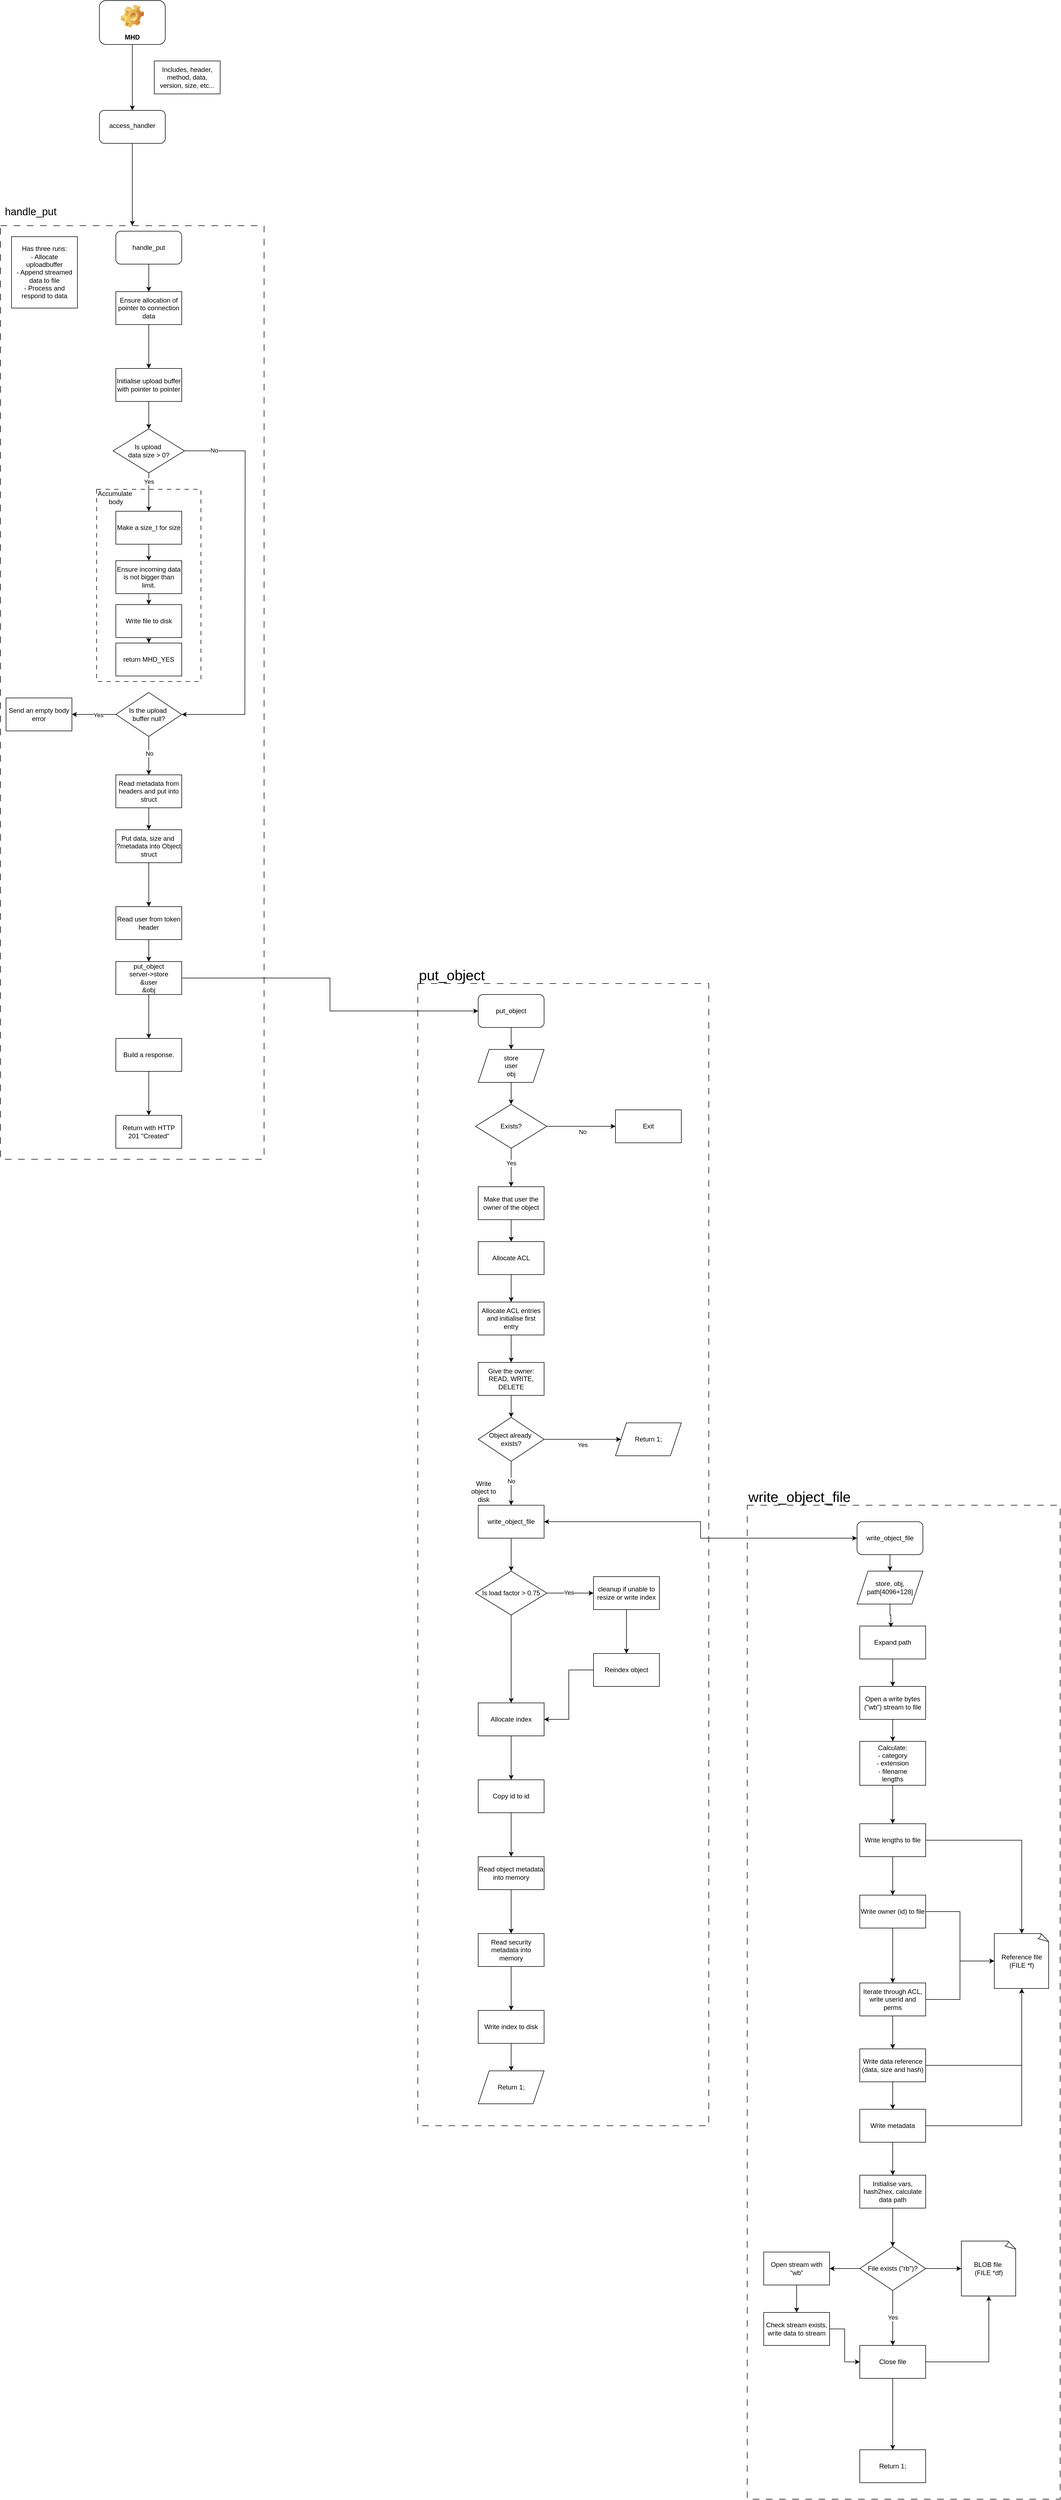
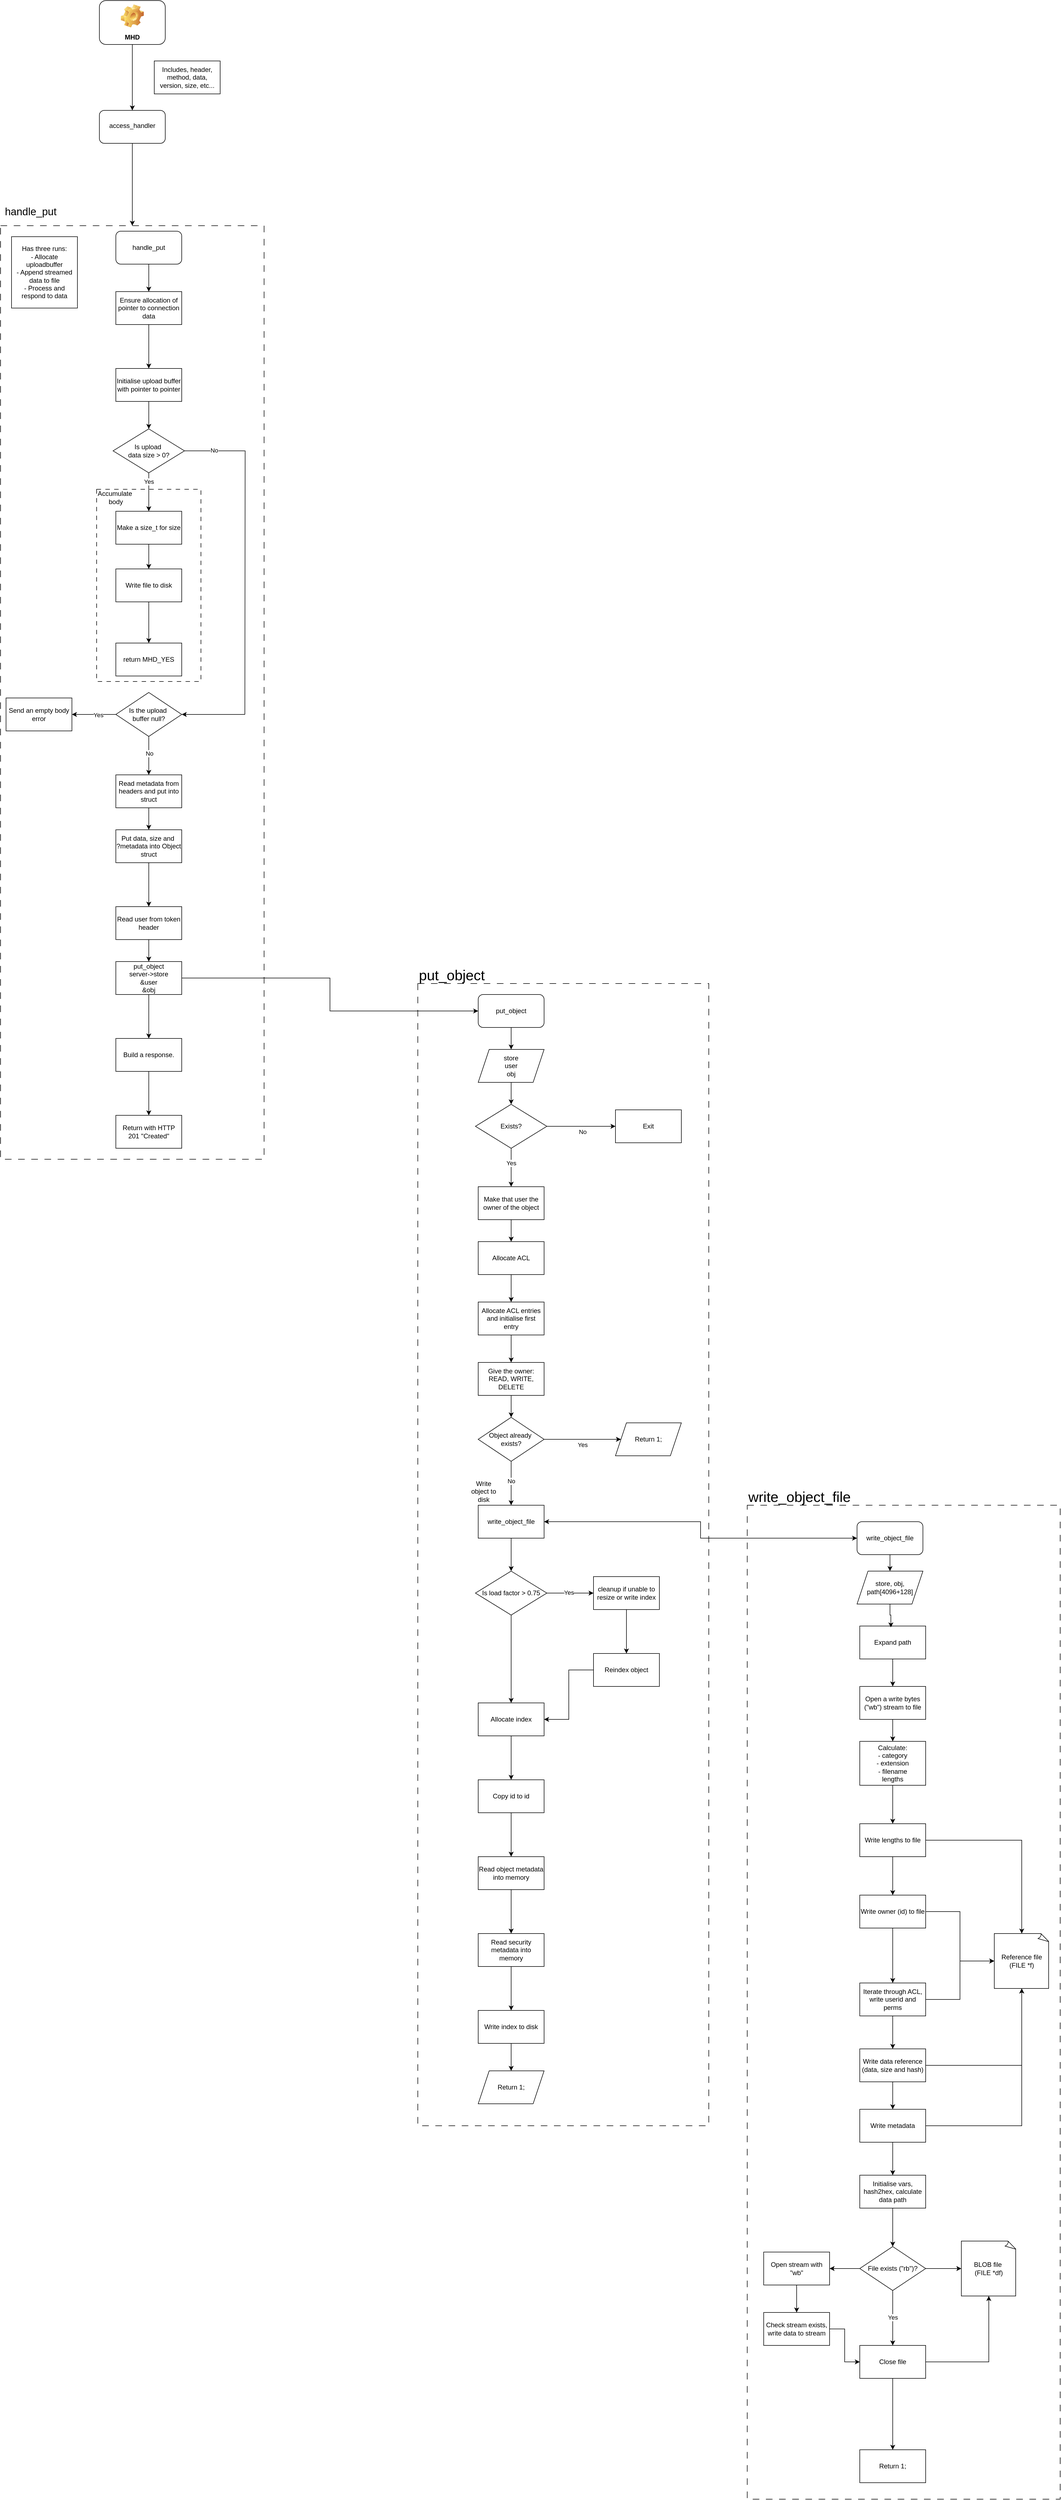
- <mxfile host="app.diagrams.net">
+ <mxfile host="Electron">
  <diagram name="Page-1" id="B9qCNvdTJSgl2WL-M3CE">
-     <mxGraphModel dx="1735" dy="2116" grid="1" gridSize="10" guides="1" tooltips="1" connect="1" arrows="1" fold="1" page="0" pageScale="1" pageWidth="827" pageHeight="1169" math="0" shadow="0">
+     <mxGraphModel dx="2030" dy="2336" grid="1" gridSize="10" guides="1" tooltips="1" connect="1" arrows="1" fold="1" page="0" pageScale="1" pageWidth="827" pageHeight="1169" math="0" shadow="0">
      <root>
        <mxCell id="0" />
        <mxCell id="1" parent="0" />
        <mxCell id="P8cqbxMwNSCLWZZRxEHg-141" parent="1" style="rounded=0;whiteSpace=wrap;html=1;fillColor=none;dashed=1;dashPattern=12 12;" value="" vertex="1">
          <mxGeometry height="1700" width="480" x="-470" y="-1140" as="geometry" />
        </mxCell>
        <mxCell id="P8cqbxMwNSCLWZZRxEHg-112" parent="1" style="rounded=0;whiteSpace=wrap;html=1;fontColor=none;noLabel=1;fillColor=none;dashed=1;dashPattern=8 8;" value="" vertex="1">
          <mxGeometry height="350" width="190" x="-295" y="-660" as="geometry" />
        </mxCell>
        <mxCell id="P8cqbxMwNSCLWZZRxEHg-132" connectable="0" parent="1" style="group" value="" vertex="1">
          <mxGeometry height="2110" width="530" x="290" y="210" as="geometry" />
        </mxCell>
        <mxCell id="P8cqbxMwNSCLWZZRxEHg-9" parent="P8cqbxMwNSCLWZZRxEHg-132" style="rounded=0;whiteSpace=wrap;html=1;dashed=1;dashPattern=12 12;fillColor=none;" value="" vertex="1">
          <mxGeometry height="2080" width="530" y="30" as="geometry" />
        </mxCell>
        <mxCell id="79Tx8_o7R_wWuq_YvGfF-12" edge="1" parent="P8cqbxMwNSCLWZZRxEHg-132" source="79Tx8_o7R_wWuq_YvGfF-7" style="edgeStyle=orthogonalEdgeStyle;rounded=0;orthogonalLoop=1;jettySize=auto;html=1;entryX=0.5;entryY=0;entryDx=0;entryDy=0;" target="79Tx8_o7R_wWuq_YvGfF-11">
          <mxGeometry relative="1" as="geometry" />
        </mxCell>
        <mxCell id="79Tx8_o7R_wWuq_YvGfF-7" parent="P8cqbxMwNSCLWZZRxEHg-132" style="shape=parallelogram;perimeter=parallelogramPerimeter;whiteSpace=wrap;html=1;fixedSize=1;" value="&lt;div&gt;store&lt;/div&gt;&lt;div&gt;user&lt;/div&gt;&lt;div&gt;obj&lt;/div&gt;" vertex="1">
          <mxGeometry height="60" width="120" x="110" y="150" as="geometry" />
        </mxCell>
        <mxCell id="79Tx8_o7R_wWuq_YvGfF-14" edge="1" parent="P8cqbxMwNSCLWZZRxEHg-132" source="79Tx8_o7R_wWuq_YvGfF-11" style="edgeStyle=orthogonalEdgeStyle;rounded=0;orthogonalLoop=1;jettySize=auto;html=1;" target="79Tx8_o7R_wWuq_YvGfF-13">
          <mxGeometry relative="1" as="geometry" />
        </mxCell>
        <mxCell id="79Tx8_o7R_wWuq_YvGfF-15" connectable="0" parent="79Tx8_o7R_wWuq_YvGfF-14" style="edgeLabel;html=1;align=center;verticalAlign=middle;resizable=0;points=[];" value="&lt;div&gt;No&lt;/div&gt;" vertex="1">
          <mxGeometry relative="1" x="0.2469" y="-3" as="geometry">
            <mxPoint x="-13" y="7" as="offset" />
          </mxGeometry>
        </mxCell>
        <mxCell id="79Tx8_o7R_wWuq_YvGfF-17" edge="1" parent="P8cqbxMwNSCLWZZRxEHg-132" source="79Tx8_o7R_wWuq_YvGfF-11" style="edgeStyle=orthogonalEdgeStyle;rounded=0;orthogonalLoop=1;jettySize=auto;html=1;entryX=0.5;entryY=0;entryDx=0;entryDy=0;" target="79Tx8_o7R_wWuq_YvGfF-16">
          <mxGeometry relative="1" as="geometry" />
        </mxCell>
        <mxCell id="79Tx8_o7R_wWuq_YvGfF-18" connectable="0" parent="79Tx8_o7R_wWuq_YvGfF-17" style="edgeLabel;html=1;align=center;verticalAlign=middle;resizable=0;points=[];" value="&lt;div&gt;Yes&lt;/div&gt;" vertex="1">
          <mxGeometry relative="1" x="-0.2227" as="geometry">
            <mxPoint as="offset" />
          </mxGeometry>
        </mxCell>
        <mxCell id="79Tx8_o7R_wWuq_YvGfF-11" parent="P8cqbxMwNSCLWZZRxEHg-132" style="rhombus;whiteSpace=wrap;html=1;" value="Exists?" vertex="1">
          <mxGeometry height="80" width="130" x="105" y="250" as="geometry" />
        </mxCell>
        <mxCell id="79Tx8_o7R_wWuq_YvGfF-13" parent="P8cqbxMwNSCLWZZRxEHg-132" style="rounded=0;whiteSpace=wrap;html=1;" value="Exit" vertex="1">
          <mxGeometry height="60" width="120" x="360" y="260" as="geometry" />
        </mxCell>
        <mxCell id="79Tx8_o7R_wWuq_YvGfF-21" edge="1" parent="P8cqbxMwNSCLWZZRxEHg-132" source="79Tx8_o7R_wWuq_YvGfF-16" style="edgeStyle=orthogonalEdgeStyle;rounded=0;orthogonalLoop=1;jettySize=auto;html=1;entryX=0.5;entryY=0;entryDx=0;entryDy=0;" target="79Tx8_o7R_wWuq_YvGfF-19">
          <mxGeometry relative="1" as="geometry" />
        </mxCell>
        <mxCell id="79Tx8_o7R_wWuq_YvGfF-16" parent="P8cqbxMwNSCLWZZRxEHg-132" style="rounded=0;whiteSpace=wrap;html=1;" value="Make that user the owner of the object" vertex="1">
          <mxGeometry height="60" width="120" x="110" y="400" as="geometry" />
        </mxCell>
        <mxCell id="79Tx8_o7R_wWuq_YvGfF-22" edge="1" parent="P8cqbxMwNSCLWZZRxEHg-132" source="79Tx8_o7R_wWuq_YvGfF-19" style="edgeStyle=orthogonalEdgeStyle;rounded=0;orthogonalLoop=1;jettySize=auto;html=1;" target="79Tx8_o7R_wWuq_YvGfF-23">
          <mxGeometry relative="1" as="geometry" />
        </mxCell>
        <mxCell id="79Tx8_o7R_wWuq_YvGfF-19" parent="P8cqbxMwNSCLWZZRxEHg-132" style="rounded=0;whiteSpace=wrap;html=1;" value="Allocate ACL" vertex="1">
          <mxGeometry height="60" width="120" x="110" y="500" as="geometry" />
        </mxCell>
        <mxCell id="79Tx8_o7R_wWuq_YvGfF-24" edge="1" parent="P8cqbxMwNSCLWZZRxEHg-132" source="79Tx8_o7R_wWuq_YvGfF-23" style="edgeStyle=orthogonalEdgeStyle;rounded=0;orthogonalLoop=1;jettySize=auto;html=1;" target="79Tx8_o7R_wWuq_YvGfF-25">
          <mxGeometry relative="1" as="geometry" />
        </mxCell>
        <mxCell id="79Tx8_o7R_wWuq_YvGfF-23" parent="P8cqbxMwNSCLWZZRxEHg-132" style="whiteSpace=wrap;html=1;" value="Allocate ACL entries and initialise first entry" vertex="1">
          <mxGeometry height="60" width="120" x="110" y="610" as="geometry" />
        </mxCell>
        <mxCell id="P8cqbxMwNSCLWZZRxEHg-2" edge="1" parent="P8cqbxMwNSCLWZZRxEHg-132" source="79Tx8_o7R_wWuq_YvGfF-25" style="edgeStyle=orthogonalEdgeStyle;rounded=0;orthogonalLoop=1;jettySize=auto;html=1;entryX=0.5;entryY=0;entryDx=0;entryDy=0;" target="P8cqbxMwNSCLWZZRxEHg-1">
          <mxGeometry relative="1" as="geometry" />
        </mxCell>
        <mxCell id="79Tx8_o7R_wWuq_YvGfF-25" parent="P8cqbxMwNSCLWZZRxEHg-132" style="whiteSpace=wrap;html=1;" value="Give the owner:&lt;br&gt;READ, WRITE, DELETE" vertex="1">
          <mxGeometry height="60" width="120" x="110" y="720" as="geometry" />
        </mxCell>
        <mxCell id="P8cqbxMwNSCLWZZRxEHg-3" edge="1" parent="P8cqbxMwNSCLWZZRxEHg-132" source="P8cqbxMwNSCLWZZRxEHg-1" style="edgeStyle=orthogonalEdgeStyle;rounded=0;orthogonalLoop=1;jettySize=auto;html=1;" target="P8cqbxMwNSCLWZZRxEHg-4">
          <mxGeometry relative="1" as="geometry">
            <mxPoint x="360" y="860" as="targetPoint" />
          </mxGeometry>
        </mxCell>
        <mxCell id="P8cqbxMwNSCLWZZRxEHg-5" connectable="0" parent="P8cqbxMwNSCLWZZRxEHg-3" style="edgeLabel;html=1;align=center;verticalAlign=middle;resizable=0;points=[];" value="Yes" vertex="1">
          <mxGeometry relative="1" x="0.0862" y="1" as="geometry">
            <mxPoint x="-6" y="11" as="offset" />
          </mxGeometry>
        </mxCell>
        <mxCell id="P8cqbxMwNSCLWZZRxEHg-6" edge="1" parent="P8cqbxMwNSCLWZZRxEHg-132" source="P8cqbxMwNSCLWZZRxEHg-1" style="edgeStyle=orthogonalEdgeStyle;rounded=0;orthogonalLoop=1;jettySize=auto;html=1;" target="P8cqbxMwNSCLWZZRxEHg-8">
          <mxGeometry relative="1" as="geometry" />
        </mxCell>
        <mxCell id="P8cqbxMwNSCLWZZRxEHg-7" connectable="0" parent="P8cqbxMwNSCLWZZRxEHg-6" style="edgeLabel;html=1;align=center;verticalAlign=middle;resizable=0;points=[];" value="No" vertex="1">
          <mxGeometry relative="1" x="-0.015" y="-1" as="geometry">
            <mxPoint x="1" y="-4" as="offset" />
          </mxGeometry>
        </mxCell>
        <mxCell id="P8cqbxMwNSCLWZZRxEHg-1" parent="P8cqbxMwNSCLWZZRxEHg-132" style="rhombus;whiteSpace=wrap;html=1;" value="&lt;div&gt;Object already&amp;nbsp;&lt;/div&gt;&lt;div&gt;exists?&lt;/div&gt;" vertex="1">
          <mxGeometry height="80" width="120" x="110" y="820" as="geometry" />
        </mxCell>
        <mxCell id="P8cqbxMwNSCLWZZRxEHg-4" parent="P8cqbxMwNSCLWZZRxEHg-132" style="shape=parallelogram;perimeter=parallelogramPerimeter;whiteSpace=wrap;html=1;fixedSize=1;" value="Return 1;" vertex="1">
          <mxGeometry height="60" width="120" x="360" y="830" as="geometry" />
        </mxCell>
        <mxCell id="P8cqbxMwNSCLWZZRxEHg-68" edge="1" parent="P8cqbxMwNSCLWZZRxEHg-132" source="P8cqbxMwNSCLWZZRxEHg-8" style="edgeStyle=orthogonalEdgeStyle;rounded=0;orthogonalLoop=1;jettySize=auto;html=1;" target="P8cqbxMwNSCLWZZRxEHg-67" value="">
          <mxGeometry relative="1" as="geometry" />
        </mxCell>
        <mxCell id="P8cqbxMwNSCLWZZRxEHg-8" parent="P8cqbxMwNSCLWZZRxEHg-132" style="whiteSpace=wrap;html=1;" value="write_object_file" vertex="1">
          <mxGeometry height="60" width="120" x="110" y="980" as="geometry" />
        </mxCell>
        <mxCell id="P8cqbxMwNSCLWZZRxEHg-10" parent="P8cqbxMwNSCLWZZRxEHg-132" style="text;html=1;whiteSpace=wrap;strokeColor=none;fillColor=none;align=left;verticalAlign=middle;rounded=0;fontSize=26;" value="put_object" vertex="1">
          <mxGeometry height="30" width="130" as="geometry" />
        </mxCell>
        <mxCell id="P8cqbxMwNSCLWZZRxEHg-62" parent="P8cqbxMwNSCLWZZRxEHg-132" style="text;html=1;whiteSpace=wrap;strokeColor=none;fillColor=none;align=center;verticalAlign=middle;rounded=0;" value="Write object to disk" vertex="1">
          <mxGeometry height="30" width="60" x="90" y="940" as="geometry" />
        </mxCell>
        <mxCell id="P8cqbxMwNSCLWZZRxEHg-70" edge="1" parent="P8cqbxMwNSCLWZZRxEHg-132" source="P8cqbxMwNSCLWZZRxEHg-67" style="edgeStyle=orthogonalEdgeStyle;rounded=0;orthogonalLoop=1;jettySize=auto;html=1;" target="P8cqbxMwNSCLWZZRxEHg-69" value="">
          <mxGeometry relative="1" as="geometry" />
        </mxCell>
        <mxCell id="P8cqbxMwNSCLWZZRxEHg-71" connectable="0" parent="P8cqbxMwNSCLWZZRxEHg-70" style="edgeLabel;html=1;align=center;verticalAlign=middle;resizable=0;points=[];" value="Yes" vertex="1">
          <mxGeometry relative="1" x="-0.0541" y="1" as="geometry">
            <mxPoint as="offset" />
          </mxGeometry>
        </mxCell>
        <mxCell id="P8cqbxMwNSCLWZZRxEHg-75" edge="1" parent="P8cqbxMwNSCLWZZRxEHg-132" source="P8cqbxMwNSCLWZZRxEHg-67" style="edgeStyle=orthogonalEdgeStyle;rounded=0;orthogonalLoop=1;jettySize=auto;html=1;" target="P8cqbxMwNSCLWZZRxEHg-74" value="">
          <mxGeometry relative="1" as="geometry" />
        </mxCell>
        <mxCell id="P8cqbxMwNSCLWZZRxEHg-67" parent="P8cqbxMwNSCLWZZRxEHg-132" style="rhombus;whiteSpace=wrap;html=1;" value="Is load factor &amp;gt; 0.75" vertex="1">
          <mxGeometry height="80" width="130" x="105" y="1100" as="geometry" />
        </mxCell>
        <mxCell id="P8cqbxMwNSCLWZZRxEHg-73" edge="1" parent="P8cqbxMwNSCLWZZRxEHg-132" source="P8cqbxMwNSCLWZZRxEHg-69" style="edgeStyle=orthogonalEdgeStyle;rounded=0;orthogonalLoop=1;jettySize=auto;html=1;" target="P8cqbxMwNSCLWZZRxEHg-72" value="">
          <mxGeometry relative="1" as="geometry" />
        </mxCell>
        <mxCell id="P8cqbxMwNSCLWZZRxEHg-69" parent="P8cqbxMwNSCLWZZRxEHg-132" style="whiteSpace=wrap;html=1;" value="cleanup if unable to resize or write index" vertex="1">
          <mxGeometry height="60" width="120" x="320" y="1110" as="geometry" />
        </mxCell>
        <mxCell id="P8cqbxMwNSCLWZZRxEHg-76" edge="1" parent="P8cqbxMwNSCLWZZRxEHg-132" source="P8cqbxMwNSCLWZZRxEHg-72" style="edgeStyle=orthogonalEdgeStyle;rounded=0;orthogonalLoop=1;jettySize=auto;html=1;entryX=1;entryY=0.5;entryDx=0;entryDy=0;" target="P8cqbxMwNSCLWZZRxEHg-74">
          <mxGeometry relative="1" as="geometry" />
        </mxCell>
        <mxCell id="P8cqbxMwNSCLWZZRxEHg-72" parent="P8cqbxMwNSCLWZZRxEHg-132" style="whiteSpace=wrap;html=1;" value="Reindex object" vertex="1">
          <mxGeometry height="60" width="120" x="320" y="1250" as="geometry" />
        </mxCell>
        <mxCell id="P8cqbxMwNSCLWZZRxEHg-78" edge="1" parent="P8cqbxMwNSCLWZZRxEHg-132" source="P8cqbxMwNSCLWZZRxEHg-74" style="edgeStyle=orthogonalEdgeStyle;rounded=0;orthogonalLoop=1;jettySize=auto;html=1;" target="P8cqbxMwNSCLWZZRxEHg-77" value="">
          <mxGeometry relative="1" as="geometry" />
        </mxCell>
        <mxCell id="P8cqbxMwNSCLWZZRxEHg-74" parent="P8cqbxMwNSCLWZZRxEHg-132" style="whiteSpace=wrap;html=1;" value="Allocate index" vertex="1">
          <mxGeometry height="60" width="120" x="110" y="1340" as="geometry" />
        </mxCell>
        <mxCell id="P8cqbxMwNSCLWZZRxEHg-80" edge="1" parent="P8cqbxMwNSCLWZZRxEHg-132" source="P8cqbxMwNSCLWZZRxEHg-77" style="edgeStyle=orthogonalEdgeStyle;rounded=0;orthogonalLoop=1;jettySize=auto;html=1;" target="P8cqbxMwNSCLWZZRxEHg-79" value="">
          <mxGeometry relative="1" as="geometry" />
        </mxCell>
        <mxCell id="P8cqbxMwNSCLWZZRxEHg-77" parent="P8cqbxMwNSCLWZZRxEHg-132" style="whiteSpace=wrap;html=1;" value="Copy id to id" vertex="1">
          <mxGeometry height="60" width="120" x="110" y="1480" as="geometry" />
        </mxCell>
        <mxCell id="P8cqbxMwNSCLWZZRxEHg-82" edge="1" parent="P8cqbxMwNSCLWZZRxEHg-132" source="P8cqbxMwNSCLWZZRxEHg-79" style="edgeStyle=orthogonalEdgeStyle;rounded=0;orthogonalLoop=1;jettySize=auto;html=1;" target="P8cqbxMwNSCLWZZRxEHg-81" value="">
          <mxGeometry relative="1" as="geometry" />
        </mxCell>
        <mxCell id="P8cqbxMwNSCLWZZRxEHg-79" parent="P8cqbxMwNSCLWZZRxEHg-132" style="whiteSpace=wrap;html=1;" value="Read object metadata into memory" vertex="1">
          <mxGeometry height="60" width="120" x="110" y="1620" as="geometry" />
        </mxCell>
        <mxCell id="P8cqbxMwNSCLWZZRxEHg-84" edge="1" parent="P8cqbxMwNSCLWZZRxEHg-132" source="P8cqbxMwNSCLWZZRxEHg-81" style="edgeStyle=orthogonalEdgeStyle;rounded=0;orthogonalLoop=1;jettySize=auto;html=1;" target="P8cqbxMwNSCLWZZRxEHg-83" value="">
          <mxGeometry relative="1" as="geometry" />
        </mxCell>
        <mxCell id="P8cqbxMwNSCLWZZRxEHg-81" parent="P8cqbxMwNSCLWZZRxEHg-132" style="whiteSpace=wrap;html=1;" value="Read security metadata into memory" vertex="1">
          <mxGeometry height="60" width="120" x="110" y="1760" as="geometry" />
        </mxCell>
        <mxCell id="P8cqbxMwNSCLWZZRxEHg-86" edge="1" parent="P8cqbxMwNSCLWZZRxEHg-132" source="P8cqbxMwNSCLWZZRxEHg-83" style="edgeStyle=orthogonalEdgeStyle;rounded=0;orthogonalLoop=1;jettySize=auto;html=1;" target="P8cqbxMwNSCLWZZRxEHg-85">
          <mxGeometry relative="1" as="geometry" />
        </mxCell>
        <mxCell id="P8cqbxMwNSCLWZZRxEHg-83" parent="P8cqbxMwNSCLWZZRxEHg-132" style="whiteSpace=wrap;html=1;" value="Write index to disk" vertex="1">
          <mxGeometry height="60" width="120" x="110" y="1900" as="geometry" />
        </mxCell>
        <mxCell id="P8cqbxMwNSCLWZZRxEHg-85" parent="P8cqbxMwNSCLWZZRxEHg-132" style="shape=parallelogram;perimeter=parallelogramPerimeter;whiteSpace=wrap;html=1;fixedSize=1;" value="Return 1;" vertex="1">
          <mxGeometry height="60" width="120" x="110" y="2010" as="geometry" />
        </mxCell>
        <mxCell id="P8cqbxMwNSCLWZZRxEHg-88" edge="1" parent="P8cqbxMwNSCLWZZRxEHg-132" source="P8cqbxMwNSCLWZZRxEHg-87" style="edgeStyle=orthogonalEdgeStyle;rounded=0;orthogonalLoop=1;jettySize=auto;html=1;entryX=0.5;entryY=0;entryDx=0;entryDy=0;" target="79Tx8_o7R_wWuq_YvGfF-7">
          <mxGeometry relative="1" as="geometry" />
        </mxCell>
        <mxCell id="P8cqbxMwNSCLWZZRxEHg-87" parent="P8cqbxMwNSCLWZZRxEHg-132" style="rounded=1;whiteSpace=wrap;html=1;" value="put_object" vertex="1">
          <mxGeometry height="60" width="120" x="110" y="50" as="geometry" />
        </mxCell>
        <mxCell id="P8cqbxMwNSCLWZZRxEHg-14" edge="1" parent="1" source="P8cqbxMwNSCLWZZRxEHg-8" style="edgeStyle=orthogonalEdgeStyle;rounded=0;orthogonalLoop=1;jettySize=auto;html=1;startArrow=classic;startFill=1;" target="P8cqbxMwNSCLWZZRxEHg-13">
          <mxGeometry relative="1" as="geometry" />
        </mxCell>
        <mxCell id="P8cqbxMwNSCLWZZRxEHg-133" connectable="0" parent="1" style="group" value="" vertex="1">
          <mxGeometry height="1840" width="570" x="890" y="1160" as="geometry" />
        </mxCell>
        <mxCell id="P8cqbxMwNSCLWZZRxEHg-61" parent="P8cqbxMwNSCLWZZRxEHg-133" style="rounded=0;whiteSpace=wrap;html=1;dashed=1;dashPattern=12 12;fillColor=none;" value="" vertex="1">
          <mxGeometry height="1810" width="570" y="30" as="geometry" />
        </mxCell>
        <mxCell id="P8cqbxMwNSCLWZZRxEHg-18" edge="1" parent="P8cqbxMwNSCLWZZRxEHg-133" source="P8cqbxMwNSCLWZZRxEHg-13" style="edgeStyle=orthogonalEdgeStyle;rounded=0;orthogonalLoop=1;jettySize=auto;html=1;" target="P8cqbxMwNSCLWZZRxEHg-16">
          <mxGeometry relative="1" as="geometry" />
        </mxCell>
        <mxCell id="P8cqbxMwNSCLWZZRxEHg-13" parent="P8cqbxMwNSCLWZZRxEHg-133" style="rounded=1;whiteSpace=wrap;html=1;" value="write_object_file" vertex="1">
          <mxGeometry height="60" width="120" x="200" y="60" as="geometry" />
        </mxCell>
        <mxCell id="P8cqbxMwNSCLWZZRxEHg-15" parent="P8cqbxMwNSCLWZZRxEHg-133" style="text;html=1;whiteSpace=wrap;strokeColor=none;fillColor=none;align=left;verticalAlign=middle;rounded=0;fontSize=26;" value="write_object_file" vertex="1">
          <mxGeometry height="30" width="200" as="geometry" />
        </mxCell>
        <mxCell id="P8cqbxMwNSCLWZZRxEHg-16" parent="P8cqbxMwNSCLWZZRxEHg-133" style="shape=parallelogram;perimeter=parallelogramPerimeter;whiteSpace=wrap;html=1;fixedSize=1;" value="store, obj, path[4096+128]" vertex="1">
          <mxGeometry height="60" width="120" x="200" y="150" as="geometry" />
        </mxCell>
        <mxCell id="P8cqbxMwNSCLWZZRxEHg-22" edge="1" parent="P8cqbxMwNSCLWZZRxEHg-133" source="P8cqbxMwNSCLWZZRxEHg-19" style="edgeStyle=orthogonalEdgeStyle;rounded=0;orthogonalLoop=1;jettySize=auto;html=1;" target="P8cqbxMwNSCLWZZRxEHg-23">
          <mxGeometry relative="1" as="geometry" />
        </mxCell>
        <mxCell id="P8cqbxMwNSCLWZZRxEHg-19" parent="P8cqbxMwNSCLWZZRxEHg-133" style="rounded=0;whiteSpace=wrap;html=1;" value="Expand path" vertex="1">
          <mxGeometry height="60" width="120" x="205" y="250" as="geometry" />
        </mxCell>
        <mxCell id="P8cqbxMwNSCLWZZRxEHg-20" edge="1" parent="P8cqbxMwNSCLWZZRxEHg-133" source="P8cqbxMwNSCLWZZRxEHg-16" style="edgeStyle=orthogonalEdgeStyle;rounded=0;orthogonalLoop=1;jettySize=auto;html=1;entryX=0.472;entryY=0.042;entryDx=0;entryDy=0;entryPerimeter=0;" target="P8cqbxMwNSCLWZZRxEHg-19">
          <mxGeometry relative="1" as="geometry" />
        </mxCell>
        <mxCell id="P8cqbxMwNSCLWZZRxEHg-24" edge="1" parent="P8cqbxMwNSCLWZZRxEHg-133" source="P8cqbxMwNSCLWZZRxEHg-23" style="edgeStyle=orthogonalEdgeStyle;rounded=0;orthogonalLoop=1;jettySize=auto;html=1;" target="P8cqbxMwNSCLWZZRxEHg-25">
          <mxGeometry relative="1" as="geometry" />
        </mxCell>
        <mxCell id="P8cqbxMwNSCLWZZRxEHg-23" parent="P8cqbxMwNSCLWZZRxEHg-133" style="whiteSpace=wrap;html=1;" value="Open a write bytes (&quot;wb&quot;) stream to file" vertex="1">
          <mxGeometry height="60" width="120" x="205" y="360" as="geometry" />
        </mxCell>
        <mxCell id="P8cqbxMwNSCLWZZRxEHg-26" edge="1" parent="P8cqbxMwNSCLWZZRxEHg-133" source="P8cqbxMwNSCLWZZRxEHg-25" style="edgeStyle=orthogonalEdgeStyle;rounded=0;orthogonalLoop=1;jettySize=auto;html=1;" target="P8cqbxMwNSCLWZZRxEHg-27">
          <mxGeometry relative="1" as="geometry" />
        </mxCell>
        <mxCell id="P8cqbxMwNSCLWZZRxEHg-25" parent="P8cqbxMwNSCLWZZRxEHg-133" style="whiteSpace=wrap;html=1;" value="Calculate:&lt;br&gt;- category&lt;br&gt;- extension&lt;br&gt;- filename&lt;br&gt;lengths" vertex="1">
          <mxGeometry height="80" width="120" x="205" y="460" as="geometry" />
        </mxCell>
        <mxCell id="P8cqbxMwNSCLWZZRxEHg-29" edge="1" parent="P8cqbxMwNSCLWZZRxEHg-133" source="P8cqbxMwNSCLWZZRxEHg-27" style="edgeStyle=orthogonalEdgeStyle;rounded=0;orthogonalLoop=1;jettySize=auto;html=1;" target="P8cqbxMwNSCLWZZRxEHg-28">
          <mxGeometry relative="1" as="geometry" />
        </mxCell>
        <mxCell id="P8cqbxMwNSCLWZZRxEHg-30" edge="1" parent="P8cqbxMwNSCLWZZRxEHg-133" source="P8cqbxMwNSCLWZZRxEHg-27" style="edgeStyle=orthogonalEdgeStyle;rounded=0;orthogonalLoop=1;jettySize=auto;html=1;" target="P8cqbxMwNSCLWZZRxEHg-31">
          <mxGeometry relative="1" as="geometry" />
        </mxCell>
        <mxCell id="P8cqbxMwNSCLWZZRxEHg-27" parent="P8cqbxMwNSCLWZZRxEHg-133" style="whiteSpace=wrap;html=1;" value="Write lengths to file" vertex="1">
          <mxGeometry height="60" width="120" x="205" y="610" as="geometry" />
        </mxCell>
        <mxCell id="P8cqbxMwNSCLWZZRxEHg-28" parent="P8cqbxMwNSCLWZZRxEHg-133" style="whiteSpace=wrap;html=1;shape=mxgraph.basic.document" value="Reference file (FILE *f)" vertex="1">
          <mxGeometry height="100" width="100" x="450" y="810" as="geometry" />
        </mxCell>
        <mxCell id="P8cqbxMwNSCLWZZRxEHg-34" edge="1" parent="P8cqbxMwNSCLWZZRxEHg-133" source="P8cqbxMwNSCLWZZRxEHg-31" style="edgeStyle=orthogonalEdgeStyle;rounded=0;orthogonalLoop=1;jettySize=auto;html=1;" target="P8cqbxMwNSCLWZZRxEHg-33">
          <mxGeometry relative="1" as="geometry" />
        </mxCell>
        <mxCell id="P8cqbxMwNSCLWZZRxEHg-31" parent="P8cqbxMwNSCLWZZRxEHg-133" style="whiteSpace=wrap;html=1;" value="Write owner (id) to file" vertex="1">
          <mxGeometry height="60" width="120" x="205" y="740" as="geometry" />
        </mxCell>
        <mxCell id="P8cqbxMwNSCLWZZRxEHg-32" edge="1" parent="P8cqbxMwNSCLWZZRxEHg-133" source="P8cqbxMwNSCLWZZRxEHg-31" style="edgeStyle=orthogonalEdgeStyle;rounded=0;orthogonalLoop=1;jettySize=auto;html=1;entryX=0;entryY=0.5;entryDx=0;entryDy=0;entryPerimeter=0;" target="P8cqbxMwNSCLWZZRxEHg-28">
          <mxGeometry relative="1" as="geometry" />
        </mxCell>
        <mxCell id="P8cqbxMwNSCLWZZRxEHg-36" edge="1" parent="P8cqbxMwNSCLWZZRxEHg-133" source="P8cqbxMwNSCLWZZRxEHg-33" style="edgeStyle=orthogonalEdgeStyle;rounded=0;orthogonalLoop=1;jettySize=auto;html=1;" target="P8cqbxMwNSCLWZZRxEHg-37">
          <mxGeometry relative="1" as="geometry" />
        </mxCell>
        <mxCell id="P8cqbxMwNSCLWZZRxEHg-33" parent="P8cqbxMwNSCLWZZRxEHg-133" style="rounded=0;whiteSpace=wrap;html=1;" value="Iterate through ACL, write userid and perms" vertex="1">
          <mxGeometry height="60" width="120" x="205" y="900" as="geometry" />
        </mxCell>
        <mxCell id="P8cqbxMwNSCLWZZRxEHg-35" edge="1" parent="P8cqbxMwNSCLWZZRxEHg-133" source="P8cqbxMwNSCLWZZRxEHg-33" style="edgeStyle=orthogonalEdgeStyle;rounded=0;orthogonalLoop=1;jettySize=auto;html=1;entryX=0;entryY=0.5;entryDx=0;entryDy=0;entryPerimeter=0;" target="P8cqbxMwNSCLWZZRxEHg-28">
          <mxGeometry relative="1" as="geometry" />
        </mxCell>
        <mxCell id="P8cqbxMwNSCLWZZRxEHg-38" edge="1" parent="P8cqbxMwNSCLWZZRxEHg-133" source="P8cqbxMwNSCLWZZRxEHg-37" style="edgeStyle=orthogonalEdgeStyle;rounded=0;orthogonalLoop=1;jettySize=auto;html=1;" target="P8cqbxMwNSCLWZZRxEHg-28">
          <mxGeometry relative="1" as="geometry" />
        </mxCell>
        <mxCell id="P8cqbxMwNSCLWZZRxEHg-39" edge="1" parent="P8cqbxMwNSCLWZZRxEHg-133" source="P8cqbxMwNSCLWZZRxEHg-37" style="edgeStyle=orthogonalEdgeStyle;rounded=0;orthogonalLoop=1;jettySize=auto;html=1;" target="P8cqbxMwNSCLWZZRxEHg-40">
          <mxGeometry relative="1" as="geometry" />
        </mxCell>
        <mxCell id="P8cqbxMwNSCLWZZRxEHg-37" parent="P8cqbxMwNSCLWZZRxEHg-133" style="whiteSpace=wrap;html=1;" value="Write data reference&lt;br&gt;(data, size and hash)" vertex="1">
          <mxGeometry height="60" width="120" x="205" y="1020" as="geometry" />
        </mxCell>
        <mxCell id="P8cqbxMwNSCLWZZRxEHg-44" edge="1" parent="P8cqbxMwNSCLWZZRxEHg-133" source="P8cqbxMwNSCLWZZRxEHg-40" style="edgeStyle=orthogonalEdgeStyle;rounded=0;orthogonalLoop=1;jettySize=auto;html=1;" target="P8cqbxMwNSCLWZZRxEHg-43">
          <mxGeometry relative="1" as="geometry" />
        </mxCell>
        <mxCell id="P8cqbxMwNSCLWZZRxEHg-40" parent="P8cqbxMwNSCLWZZRxEHg-133" style="whiteSpace=wrap;html=1;" value="Write metadata" vertex="1">
          <mxGeometry height="60" width="120" x="205" y="1130" as="geometry" />
        </mxCell>
        <mxCell id="P8cqbxMwNSCLWZZRxEHg-42" edge="1" parent="P8cqbxMwNSCLWZZRxEHg-133" source="P8cqbxMwNSCLWZZRxEHg-40" style="edgeStyle=orthogonalEdgeStyle;rounded=0;orthogonalLoop=1;jettySize=auto;html=1;entryX=0.5;entryY=1;entryDx=0;entryDy=0;entryPerimeter=0;" target="P8cqbxMwNSCLWZZRxEHg-28">
          <mxGeometry relative="1" as="geometry" />
        </mxCell>
        <mxCell id="P8cqbxMwNSCLWZZRxEHg-47" edge="1" parent="P8cqbxMwNSCLWZZRxEHg-133" source="P8cqbxMwNSCLWZZRxEHg-43" style="edgeStyle=orthogonalEdgeStyle;rounded=0;orthogonalLoop=1;jettySize=auto;html=1;entryX=0.5;entryY=0;entryDx=0;entryDy=0;" target="P8cqbxMwNSCLWZZRxEHg-45">
          <mxGeometry relative="1" as="geometry" />
        </mxCell>
        <mxCell id="P8cqbxMwNSCLWZZRxEHg-43" parent="P8cqbxMwNSCLWZZRxEHg-133" style="rounded=0;whiteSpace=wrap;html=1;" value="Initialise vars, hash2hex, calculate data path" vertex="1">
          <mxGeometry height="60" width="120" x="205" y="1250" as="geometry" />
        </mxCell>
        <mxCell id="P8cqbxMwNSCLWZZRxEHg-50" edge="1" parent="P8cqbxMwNSCLWZZRxEHg-133" source="P8cqbxMwNSCLWZZRxEHg-45" style="edgeStyle=orthogonalEdgeStyle;rounded=0;orthogonalLoop=1;jettySize=auto;html=1;">
          <mxGeometry relative="1" as="geometry">
            <mxPoint x="265" y="1560" as="targetPoint" />
          </mxGeometry>
        </mxCell>
        <mxCell id="P8cqbxMwNSCLWZZRxEHg-51" connectable="0" parent="P8cqbxMwNSCLWZZRxEHg-50" style="edgeLabel;html=1;align=center;verticalAlign=middle;resizable=0;points=[];" value="Yes" vertex="1">
          <mxGeometry relative="1" x="-0.0297" y="3" as="geometry">
            <mxPoint x="-3" as="offset" />
          </mxGeometry>
        </mxCell>
        <mxCell id="P8cqbxMwNSCLWZZRxEHg-56" edge="1" parent="P8cqbxMwNSCLWZZRxEHg-133" source="P8cqbxMwNSCLWZZRxEHg-45" style="edgeStyle=orthogonalEdgeStyle;rounded=0;orthogonalLoop=1;jettySize=auto;html=1;" target="P8cqbxMwNSCLWZZRxEHg-57">
          <mxGeometry relative="1" as="geometry" />
        </mxCell>
        <mxCell id="P8cqbxMwNSCLWZZRxEHg-45" parent="P8cqbxMwNSCLWZZRxEHg-133" style="rhombus;whiteSpace=wrap;html=1;" value="File exists (&quot;rb&quot;)?" vertex="1">
          <mxGeometry height="80" width="120" x="205" y="1380" as="geometry" />
        </mxCell>
        <mxCell id="P8cqbxMwNSCLWZZRxEHg-48" parent="P8cqbxMwNSCLWZZRxEHg-133" style="whiteSpace=wrap;html=1;shape=mxgraph.basic.document" value="&lt;div&gt;BLOB file&amp;nbsp;&lt;/div&gt;&lt;div&gt;(FILE *df)&lt;/div&gt;" vertex="1">
          <mxGeometry height="100" width="100" x="390" y="1370" as="geometry" />
        </mxCell>
        <mxCell id="P8cqbxMwNSCLWZZRxEHg-49" edge="1" parent="P8cqbxMwNSCLWZZRxEHg-133" source="P8cqbxMwNSCLWZZRxEHg-45" style="edgeStyle=orthogonalEdgeStyle;rounded=0;orthogonalLoop=1;jettySize=auto;html=1;entryX=0;entryY=0.5;entryDx=0;entryDy=0;entryPerimeter=0;" target="P8cqbxMwNSCLWZZRxEHg-48">
          <mxGeometry relative="1" as="geometry" />
        </mxCell>
        <mxCell id="P8cqbxMwNSCLWZZRxEHg-53" edge="1" parent="P8cqbxMwNSCLWZZRxEHg-133" source="P8cqbxMwNSCLWZZRxEHg-52" style="edgeStyle=orthogonalEdgeStyle;rounded=0;orthogonalLoop=1;jettySize=auto;html=1;" target="P8cqbxMwNSCLWZZRxEHg-48">
          <mxGeometry relative="1" as="geometry" />
        </mxCell>
        <mxCell id="P8cqbxMwNSCLWZZRxEHg-55" edge="1" parent="P8cqbxMwNSCLWZZRxEHg-133" source="P8cqbxMwNSCLWZZRxEHg-52" style="edgeStyle=orthogonalEdgeStyle;rounded=0;orthogonalLoop=1;jettySize=auto;html=1;" target="P8cqbxMwNSCLWZZRxEHg-54">
          <mxGeometry relative="1" as="geometry" />
        </mxCell>
        <mxCell id="P8cqbxMwNSCLWZZRxEHg-52" parent="P8cqbxMwNSCLWZZRxEHg-133" style="rounded=0;whiteSpace=wrap;html=1;" value="Close file" vertex="1">
          <mxGeometry height="60" width="120" x="205" y="1560" as="geometry" />
        </mxCell>
        <mxCell id="P8cqbxMwNSCLWZZRxEHg-54" parent="P8cqbxMwNSCLWZZRxEHg-133" style="rounded=0;whiteSpace=wrap;html=1;" value="Return 1;" vertex="1">
          <mxGeometry height="60" width="120" x="205" y="1750" as="geometry" />
        </mxCell>
        <mxCell id="P8cqbxMwNSCLWZZRxEHg-58" edge="1" parent="P8cqbxMwNSCLWZZRxEHg-133" source="P8cqbxMwNSCLWZZRxEHg-57" style="edgeStyle=orthogonalEdgeStyle;rounded=0;orthogonalLoop=1;jettySize=auto;html=1;" target="P8cqbxMwNSCLWZZRxEHg-59">
          <mxGeometry relative="1" as="geometry" />
        </mxCell>
        <mxCell id="P8cqbxMwNSCLWZZRxEHg-57" parent="P8cqbxMwNSCLWZZRxEHg-133" style="whiteSpace=wrap;html=1;" value="Open stream with &quot;wb&quot;" vertex="1">
          <mxGeometry height="60" width="120" x="30" y="1390" as="geometry" />
        </mxCell>
        <mxCell id="P8cqbxMwNSCLWZZRxEHg-60" edge="1" parent="P8cqbxMwNSCLWZZRxEHg-133" source="P8cqbxMwNSCLWZZRxEHg-59" style="edgeStyle=orthogonalEdgeStyle;rounded=0;orthogonalLoop=1;jettySize=auto;html=1;" target="P8cqbxMwNSCLWZZRxEHg-52">
          <mxGeometry relative="1" as="geometry" />
        </mxCell>
        <mxCell id="P8cqbxMwNSCLWZZRxEHg-59" parent="P8cqbxMwNSCLWZZRxEHg-133" style="whiteSpace=wrap;html=1;" value="Check stream exists, write data to stream" vertex="1">
          <mxGeometry height="60" width="120" x="30" y="1500" as="geometry" />
        </mxCell>
        <mxCell id="P8cqbxMwNSCLWZZRxEHg-136" edge="1" parent="1" source="P8cqbxMwNSCLWZZRxEHg-134" style="edgeStyle=orthogonalEdgeStyle;rounded=0;orthogonalLoop=1;jettySize=auto;html=1;" target="P8cqbxMwNSCLWZZRxEHg-87">
          <mxGeometry relative="1" as="geometry" />
        </mxCell>
        <mxCell id="P8cqbxMwNSCLWZZRxEHg-146" edge="1" parent="1" source="P8cqbxMwNSCLWZZRxEHg-144" style="edgeStyle=orthogonalEdgeStyle;rounded=0;orthogonalLoop=1;jettySize=auto;html=1;" target="P8cqbxMwNSCLWZZRxEHg-145" value="">
          <mxGeometry relative="1" as="geometry" />
        </mxCell>
        <mxCell id="P8cqbxMwNSCLWZZRxEHg-144" parent="1" style="label;whiteSpace=wrap;html=1;align=center;verticalAlign=bottom;spacingLeft=0;spacingBottom=4;imageAlign=center;imageVerticalAlign=top;image=img/clipart/Gear_128x128.png" value="MHD" vertex="1">
          <mxGeometry height="80" width="120" x="-290" y="-1550" as="geometry" />
        </mxCell>
        <mxCell id="P8cqbxMwNSCLWZZRxEHg-147" edge="1" parent="1" source="P8cqbxMwNSCLWZZRxEHg-145" style="edgeStyle=orthogonalEdgeStyle;rounded=0;orthogonalLoop=1;jettySize=auto;html=1;" target="P8cqbxMwNSCLWZZRxEHg-141">
          <mxGeometry relative="1" as="geometry" />
        </mxCell>
        <mxCell id="P8cqbxMwNSCLWZZRxEHg-145" parent="1" style="whiteSpace=wrap;html=1;verticalAlign=middle;fontStyle=0;spacing=2;spacingLeft=0;rounded=1;spacingBottom=4;" value="access_handler" vertex="1">
          <mxGeometry height="60" width="120" x="-290" y="-1350" as="geometry" />
        </mxCell>
        <mxCell id="P8cqbxMwNSCLWZZRxEHg-149" parent="1" style="rounded=0;whiteSpace=wrap;html=1;" value="Includes, header, method, data, version, size, etc..." vertex="1">
          <mxGeometry height="60" width="120" x="-190" y="-1440" as="geometry" />
        </mxCell>
        <mxCell id="P8cqbxMwNSCLWZZRxEHg-92" edge="1" parent="1" source="P8cqbxMwNSCLWZZRxEHg-89" style="edgeStyle=orthogonalEdgeStyle;rounded=0;orthogonalLoop=1;jettySize=auto;html=1;" target="P8cqbxMwNSCLWZZRxEHg-93">
          <mxGeometry relative="1" as="geometry">
            <mxPoint x="-200" y="-1000" as="targetPoint" />
          </mxGeometry>
        </mxCell>
        <mxCell id="P8cqbxMwNSCLWZZRxEHg-89" parent="1" style="rounded=1;whiteSpace=wrap;html=1;" value="handle_put" vertex="1">
          <mxGeometry height="60" width="120" x="-260" y="-1130" as="geometry" />
        </mxCell>
        <mxCell id="P8cqbxMwNSCLWZZRxEHg-95" edge="1" parent="1" source="P8cqbxMwNSCLWZZRxEHg-93" style="edgeStyle=orthogonalEdgeStyle;rounded=0;orthogonalLoop=1;jettySize=auto;html=1;" target="P8cqbxMwNSCLWZZRxEHg-94" value="">
          <mxGeometry relative="1" as="geometry" />
        </mxCell>
        <mxCell id="P8cqbxMwNSCLWZZRxEHg-93" parent="1" style="rounded=0;whiteSpace=wrap;html=1;" value="Ensure allocation of pointer to connection data" vertex="1">
          <mxGeometry height="60" width="120" x="-260" y="-1020" as="geometry" />
        </mxCell>
        <mxCell id="P8cqbxMwNSCLWZZRxEHg-102" edge="1" parent="1" source="P8cqbxMwNSCLWZZRxEHg-94" style="edgeStyle=orthogonalEdgeStyle;rounded=0;orthogonalLoop=1;jettySize=auto;html=1;" target="P8cqbxMwNSCLWZZRxEHg-99" value="">
          <mxGeometry relative="1" as="geometry" />
        </mxCell>
        <mxCell id="P8cqbxMwNSCLWZZRxEHg-94" parent="1" style="whiteSpace=wrap;html=1;rounded=0;" value="Initialise upload buffer with pointer to pointer" vertex="1">
          <mxGeometry height="60" width="120" x="-260" y="-880" as="geometry" />
        </mxCell>
        <mxCell id="P8cqbxMwNSCLWZZRxEHg-106" edge="1" parent="1" source="P8cqbxMwNSCLWZZRxEHg-99" style="edgeStyle=orthogonalEdgeStyle;rounded=0;orthogonalLoop=1;jettySize=auto;html=1;" target="P8cqbxMwNSCLWZZRxEHg-105" value="">
          <mxGeometry relative="1" as="geometry" />
        </mxCell>
        <mxCell id="P8cqbxMwNSCLWZZRxEHg-107" connectable="0" parent="P8cqbxMwNSCLWZZRxEHg-106" style="edgeLabel;html=1;align=center;verticalAlign=middle;resizable=0;points=[];" value="&lt;div&gt;Yes&lt;/div&gt;" vertex="1">
          <mxGeometry relative="1" x="-0.2685" y="-2" as="geometry">
            <mxPoint x="2" y="-10" as="offset" />
          </mxGeometry>
        </mxCell>
        <mxCell id="P8cqbxMwNSCLWZZRxEHg-118" edge="1" parent="1" source="P8cqbxMwNSCLWZZRxEHg-99" style="edgeStyle=orthogonalEdgeStyle;rounded=0;orthogonalLoop=1;jettySize=auto;html=1;endArrow=none;endFill=0;">
          <mxGeometry relative="1" as="geometry">
            <mxPoint x="-25" y="-250" as="targetPoint" />
          </mxGeometry>
        </mxCell>
        <mxCell id="P8cqbxMwNSCLWZZRxEHg-121" connectable="0" parent="P8cqbxMwNSCLWZZRxEHg-118" style="edgeLabel;html=1;align=center;verticalAlign=middle;resizable=0;points=[];" value="No" vertex="1">
          <mxGeometry relative="1" x="-0.8164" y="1" as="geometry">
            <mxPoint as="offset" />
          </mxGeometry>
        </mxCell>
        <mxCell id="P8cqbxMwNSCLWZZRxEHg-99" parent="1" style="rhombus;whiteSpace=wrap;html=1;" value="&lt;div&gt;Is upload&amp;nbsp;&lt;/div&gt;&lt;div&gt;data size &amp;gt; 0?&lt;/div&gt;" vertex="1">
          <mxGeometry height="80" width="130" x="-265" y="-770" as="geometry" />
        </mxCell>
-         <mxCell id="P8cqbxMwNSCLWZZRxEHg-109" edge="1" parent="1" source="P8cqbxMwNSCLWZZRxEHg-105" style="edgeStyle=orthogonalEdgeStyle;rounded=0;orthogonalLoop=1;jettySize=auto;html=1;" target="P8cqbxMwNSCLWZZRxEHg-108" value="">
-           <mxGeometry relative="1" as="geometry" />
-         </mxCell>
        <mxCell id="P8cqbxMwNSCLWZZRxEHg-105" parent="1" style="whiteSpace=wrap;html=1;" value="Make a size_t for size" vertex="1">
          <mxGeometry height="60" width="120" x="-260" y="-620" as="geometry" />
        </mxCell>
-         <mxCell id="P8cqbxMwNSCLWZZRxEHg-111" edge="1" parent="1" source="P8cqbxMwNSCLWZZRxEHg-108" style="edgeStyle=orthogonalEdgeStyle;rounded=0;orthogonalLoop=1;jettySize=auto;html=1;" target="P8cqbxMwNSCLWZZRxEHg-110" value="">
-           <mxGeometry relative="1" as="geometry" />
-         </mxCell>
-         <mxCell id="P8cqbxMwNSCLWZZRxEHg-108" parent="1" style="whiteSpace=wrap;html=1;" value="Ensure incoming data is not bigger than limit." vertex="1">
-           <mxGeometry height="60" width="120" x="-260" y="-530" as="geometry" />
+         <mxCell id="P8cqbxMwNSCLWZZRxEHg-111" edge="1" parent="1" source="P8cqbxMwNSCLWZZRxEHg-105" style="edgeStyle=orthogonalEdgeStyle;rounded=0;orthogonalLoop=1;jettySize=auto;html=1;" target="P8cqbxMwNSCLWZZRxEHg-110" value="">
+           <mxGeometry relative="1" as="geometry">
+             <mxPoint x="-199.99999999999977" y="-470.0000000000002" as="sourcePoint" />
+           </mxGeometry>
        </mxCell>
        <mxCell id="P8cqbxMwNSCLWZZRxEHg-167" edge="1" parent="1" source="P8cqbxMwNSCLWZZRxEHg-110" style="edgeStyle=orthogonalEdgeStyle;rounded=0;orthogonalLoop=1;jettySize=auto;html=1;exitX=0.5;exitY=1;exitDx=0;exitDy=0;" target="P8cqbxMwNSCLWZZRxEHg-166">
          <mxGeometry relative="1" as="geometry" />
        </mxCell>
        <mxCell id="P8cqbxMwNSCLWZZRxEHg-110" parent="1" style="whiteSpace=wrap;html=1;" value="Write file to disk" vertex="1">
-           <mxGeometry height="60" width="120" x="-260" y="-450" as="geometry" />
+           <mxGeometry height="60" width="120" x="-260" y="-515" as="geometry" />
        </mxCell>
        <mxCell id="P8cqbxMwNSCLWZZRxEHg-113" parent="1" style="text;html=1;whiteSpace=wrap;strokeColor=none;fillColor=none;align=center;verticalAlign=middle;rounded=0;" value="Accumulate&amp;nbsp; body" vertex="1">
          <mxGeometry height="30" width="70" x="-295" y="-660" as="geometry" />
        </mxCell>
        <mxCell id="P8cqbxMwNSCLWZZRxEHg-123" edge="1" parent="1" source="P8cqbxMwNSCLWZZRxEHg-115" style="edgeStyle=orthogonalEdgeStyle;rounded=0;orthogonalLoop=1;jettySize=auto;html=1;" target="P8cqbxMwNSCLWZZRxEHg-122" value="">
          <mxGeometry relative="1" as="geometry" />
        </mxCell>
        <mxCell id="P8cqbxMwNSCLWZZRxEHg-124" connectable="0" parent="P8cqbxMwNSCLWZZRxEHg-123" style="edgeLabel;html=1;align=center;verticalAlign=middle;resizable=0;points=[];" value="&lt;div&gt;Yes&lt;/div&gt;" vertex="1">
          <mxGeometry relative="1" x="-0.1845" y="1" as="geometry">
            <mxPoint as="offset" />
          </mxGeometry>
        </mxCell>
        <mxCell id="P8cqbxMwNSCLWZZRxEHg-126" edge="1" parent="1" source="P8cqbxMwNSCLWZZRxEHg-115" style="edgeStyle=orthogonalEdgeStyle;rounded=0;orthogonalLoop=1;jettySize=auto;html=1;" target="P8cqbxMwNSCLWZZRxEHg-125" value="">
          <mxGeometry relative="1" as="geometry" />
        </mxCell>
        <mxCell id="P8cqbxMwNSCLWZZRxEHg-127" connectable="0" parent="P8cqbxMwNSCLWZZRxEHg-126" style="edgeLabel;html=1;align=center;verticalAlign=middle;resizable=0;points=[];" value="No" vertex="1">
          <mxGeometry relative="1" x="-0.1349" y="1" as="geometry">
            <mxPoint as="offset" />
          </mxGeometry>
        </mxCell>
        <mxCell id="P8cqbxMwNSCLWZZRxEHg-115" parent="1" style="rhombus;whiteSpace=wrap;html=1;" value="&lt;div&gt;Is the upload&amp;nbsp;&lt;/div&gt;&lt;div&gt;buffer null?&lt;/div&gt;" vertex="1">
          <mxGeometry height="80" width="120" x="-260" y="-290" as="geometry" />
        </mxCell>
        <mxCell id="P8cqbxMwNSCLWZZRxEHg-120" edge="1" parent="1" style="endArrow=classic;html=1;rounded=0;entryX=1;entryY=0.5;entryDx=0;entryDy=0;" target="P8cqbxMwNSCLWZZRxEHg-115" value="">
          <mxGeometry height="50" relative="1" width="50" as="geometry">
            <mxPoint x="-25" y="-250" as="sourcePoint" />
            <mxPoint x="-45" y="-275" as="targetPoint" />
          </mxGeometry>
        </mxCell>
        <mxCell id="P8cqbxMwNSCLWZZRxEHg-122" parent="1" style="whiteSpace=wrap;html=1;" value="Send an empty body error" vertex="1">
          <mxGeometry height="60" width="120" x="-460" y="-280" as="geometry" />
        </mxCell>
        <mxCell id="P8cqbxMwNSCLWZZRxEHg-129" edge="1" parent="1" source="P8cqbxMwNSCLWZZRxEHg-125" style="edgeStyle=orthogonalEdgeStyle;rounded=0;orthogonalLoop=1;jettySize=auto;html=1;" target="P8cqbxMwNSCLWZZRxEHg-128" value="">
          <mxGeometry relative="1" as="geometry" />
        </mxCell>
        <mxCell id="P8cqbxMwNSCLWZZRxEHg-125" parent="1" style="whiteSpace=wrap;html=1;" value="Read metadata from headers and put into struct" vertex="1">
          <mxGeometry height="60" width="120" x="-260" y="-140" as="geometry" />
        </mxCell>
        <mxCell id="P8cqbxMwNSCLWZZRxEHg-131" edge="1" parent="1" source="P8cqbxMwNSCLWZZRxEHg-128" style="edgeStyle=orthogonalEdgeStyle;rounded=0;orthogonalLoop=1;jettySize=auto;html=1;" target="P8cqbxMwNSCLWZZRxEHg-130" value="">
          <mxGeometry relative="1" as="geometry" />
        </mxCell>
        <mxCell id="P8cqbxMwNSCLWZZRxEHg-128" parent="1" style="whiteSpace=wrap;html=1;" value="&lt;div&gt;Put data, size and&amp;nbsp;&lt;/div&gt;&lt;div&gt;?metadata into Object struct&lt;/div&gt;" vertex="1">
          <mxGeometry height="60" width="120" x="-260" y="-40" as="geometry" />
        </mxCell>
        <mxCell id="P8cqbxMwNSCLWZZRxEHg-135" edge="1" parent="1" source="P8cqbxMwNSCLWZZRxEHg-130" style="edgeStyle=orthogonalEdgeStyle;rounded=0;orthogonalLoop=1;jettySize=auto;html=1;" target="P8cqbxMwNSCLWZZRxEHg-134" value="">
          <mxGeometry relative="1" as="geometry" />
        </mxCell>
        <mxCell id="P8cqbxMwNSCLWZZRxEHg-130" parent="1" style="whiteSpace=wrap;html=1;" value="Read user from token header" vertex="1">
          <mxGeometry height="60" width="120" x="-260" y="100" as="geometry" />
        </mxCell>
        <mxCell id="P8cqbxMwNSCLWZZRxEHg-138" edge="1" parent="1" source="P8cqbxMwNSCLWZZRxEHg-134" style="edgeStyle=orthogonalEdgeStyle;rounded=0;orthogonalLoop=1;jettySize=auto;html=1;" target="P8cqbxMwNSCLWZZRxEHg-137" value="">
          <mxGeometry relative="1" as="geometry" />
        </mxCell>
        <mxCell id="P8cqbxMwNSCLWZZRxEHg-134" parent="1" style="whiteSpace=wrap;html=1;" value="put_object&lt;br&gt;server-&amp;gt;store&lt;br&gt;&amp;amp;user&lt;br&gt;&amp;amp;obj" vertex="1">
          <mxGeometry height="60" width="120" x="-260" y="200" as="geometry" />
        </mxCell>
        <mxCell id="P8cqbxMwNSCLWZZRxEHg-140" edge="1" parent="1" source="P8cqbxMwNSCLWZZRxEHg-137" style="edgeStyle=orthogonalEdgeStyle;rounded=0;orthogonalLoop=1;jettySize=auto;html=1;" target="P8cqbxMwNSCLWZZRxEHg-139" value="">
          <mxGeometry relative="1" as="geometry" />
        </mxCell>
        <mxCell id="P8cqbxMwNSCLWZZRxEHg-137" parent="1" style="whiteSpace=wrap;html=1;" value="Build a response." vertex="1">
          <mxGeometry height="60" width="120" x="-260" y="340" as="geometry" />
        </mxCell>
        <mxCell id="P8cqbxMwNSCLWZZRxEHg-139" parent="1" style="whiteSpace=wrap;html=1;" value="Return with HTTP 201 &quot;Created&quot;" vertex="1">
          <mxGeometry height="60" width="120" x="-260" y="480" as="geometry" />
        </mxCell>
        <mxCell id="P8cqbxMwNSCLWZZRxEHg-142" parent="1" style="text;html=1;whiteSpace=wrap;strokeColor=none;fillColor=none;align=center;verticalAlign=middle;rounded=0;fontSize=19;" value="handle_put" vertex="1">
          <mxGeometry height="30" width="110" x="-470" y="-1180" as="geometry" />
        </mxCell>
        <mxCell id="P8cqbxMwNSCLWZZRxEHg-166" parent="1" style="rounded=0;whiteSpace=wrap;html=1;" value="return MHD_YES" vertex="1">
          <mxGeometry height="60" width="120" x="-260" y="-380" as="geometry" />
        </mxCell>
        <mxCell id="P8cqbxMwNSCLWZZRxEHg-168" parent="1" style="rounded=0;whiteSpace=wrap;html=1;" value="Has three runs:&lt;br&gt;- Allocate uploadbuffer&lt;br&gt;&lt;div&gt;- Append streamed data to file&lt;/div&gt;&lt;div&gt;- Process and respond to data&lt;/div&gt;" vertex="1">
          <mxGeometry height="130" width="120" x="-450" y="-1120" as="geometry" />
        </mxCell>
      </root>
    </mxGraphModel>
  </diagram>
</mxfile>
